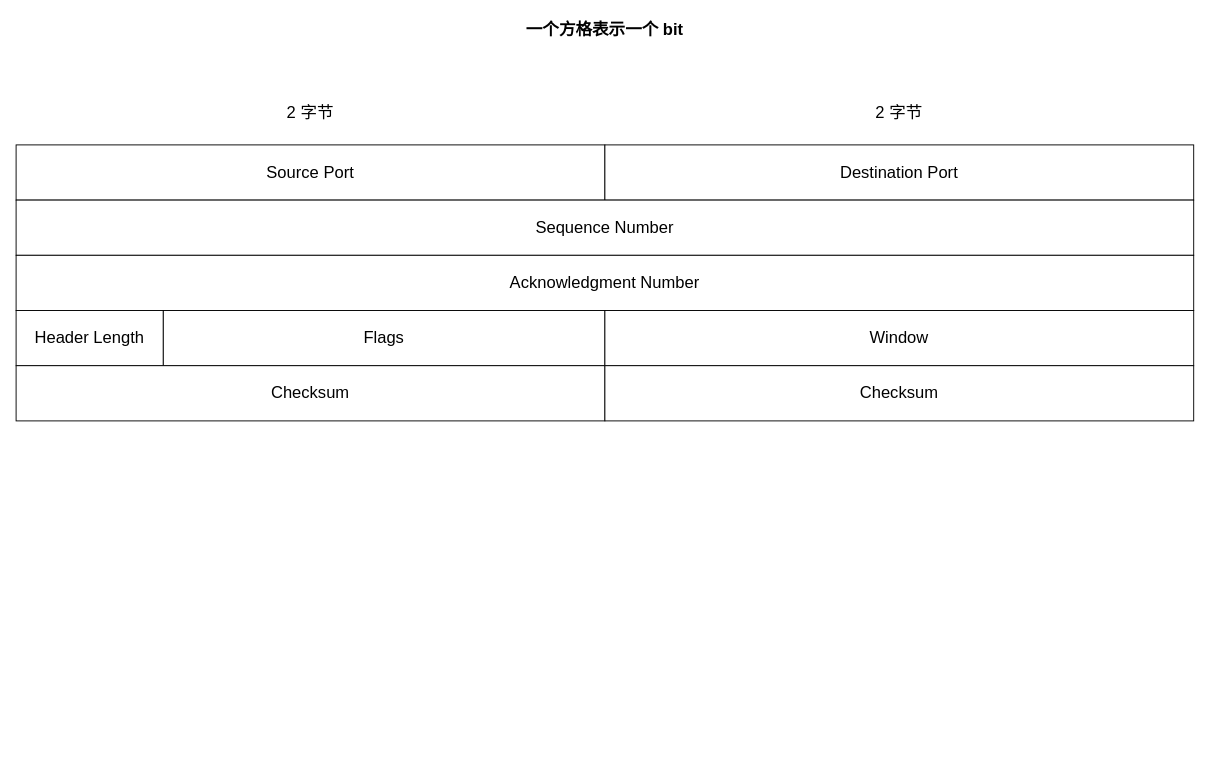
The draw.io diagram network/tcp.drawio in optor666/draw-io-files, before the edit. Source tidied: cells renumbered, new cells numbered last; positions are measured from the earlier drawing's top-left corner, leaving out a move shared by most shapes. Both pictures are drawn from the tidied source at 92%, with x=0, y=0 at pixel (16, 16).
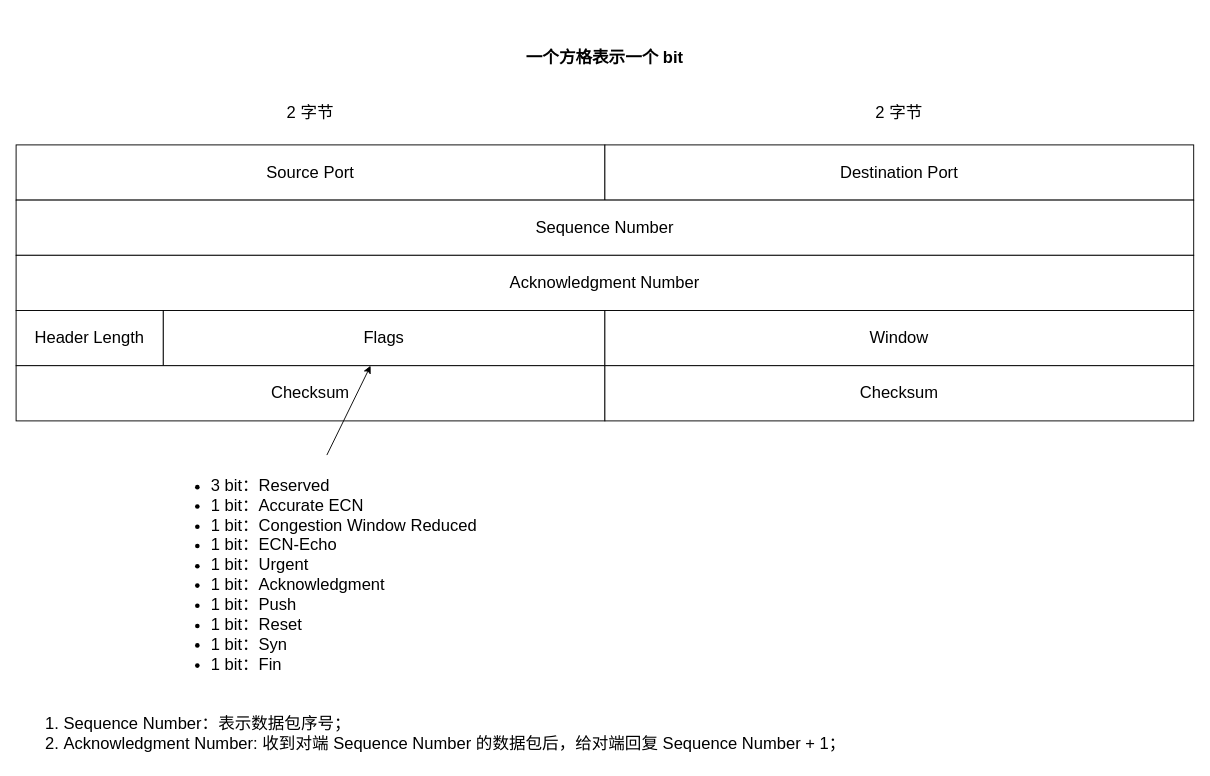
The same diagram, later.

Change to the diagram source:
```diff
@@
 <mxGraphModel>
   <root>
     <mxCell id="0" />
     <mxCell id="1" parent="0" />
     <mxCell id="2" value="&lt;font style=&quot;font-size: 18px;&quot;&gt;Source Port&lt;/font&gt;" style="rounded=0;whiteSpace=wrap;html=1;" parent="1" vertex="1">
       <mxGeometry y="140" width="640" height="60" as="geometry" />
     </mxCell>
     <mxCell id="3" value="&lt;font style=&quot;font-size: 18px;&quot;&gt;Destination Port&lt;/font&gt;" style="rounded=0;whiteSpace=wrap;html=1;" parent="1" vertex="1">
       <mxGeometry x="640" y="140" width="640" height="60" as="geometry" />
     </mxCell>
     <mxCell id="4" value="&lt;font style=&quot;font-size: 18px;&quot;&gt;2 字节&lt;/font&gt;" style="text;html=1;strokeColor=none;fillColor=none;align=center;verticalAlign=middle;whiteSpace=wrap;rounded=0;" parent="1" vertex="1">
       <mxGeometry x="290" y="90" width="60" height="30" as="geometry" />
     </mxCell>
     <mxCell id="5" value="&lt;font style=&quot;font-size: 18px;&quot;&gt;2 字节&lt;/font&gt;" style="text;html=1;strokeColor=none;fillColor=none;align=center;verticalAlign=middle;whiteSpace=wrap;rounded=0;" parent="1" vertex="1">
       <mxGeometry x="930" y="90" width="60" height="30" as="geometry" />
     </mxCell>
     <mxCell id="6" value="&lt;font style=&quot;font-size: 18px;&quot;&gt;Sequence Number&lt;/font&gt;" style="rounded=0;whiteSpace=wrap;html=1;" parent="1" vertex="1">
       <mxGeometry y="200" width="1280" height="60" as="geometry" />
     </mxCell>
     <mxCell id="7" value="&lt;font style=&quot;font-size: 18px;&quot;&gt;Acknowledgment Number&lt;/font&gt;" style="rounded=0;whiteSpace=wrap;html=1;" parent="1" vertex="1">
       <mxGeometry y="260" width="1280" height="60" as="geometry" />
     </mxCell>
     <mxCell id="8" value="&lt;font style=&quot;font-size: 18px;&quot;&gt;&lt;b&gt;一个方格表示一个 bit&lt;/b&gt;&lt;/font&gt;" style="text;html=1;strokeColor=none;fillColor=none;align=center;verticalAlign=middle;whiteSpace=wrap;rounded=0;" parent="1" vertex="1">
-      <mxGeometry x="500" width="280" height="30" as="geometry" />
+      <mxGeometry x="500" y="30" width="280" height="30" as="geometry" />
     </mxCell>
     <mxCell id="9" value="&lt;font style=&quot;font-size: 18px;&quot;&gt;Header Length&lt;/font&gt;" style="rounded=0;whiteSpace=wrap;html=1;" parent="1" vertex="1">
       <mxGeometry y="320" width="160" height="60" as="geometry" />
     </mxCell>
     <mxCell id="10" value="&lt;font style=&quot;font-size: 18px;&quot;&gt;Flags&lt;/font&gt;" style="rounded=0;whiteSpace=wrap;html=1;" parent="1" vertex="1">
       <mxGeometry x="160" y="320" width="480" height="60" as="geometry" />
     </mxCell>
     <mxCell id="11" value="&lt;font style=&quot;font-size: 18px;&quot;&gt;Window&lt;/font&gt;" style="rounded=0;whiteSpace=wrap;html=1;" parent="1" vertex="1">
       <mxGeometry x="640" y="320" width="640" height="60" as="geometry" />
     </mxCell>
     <mxCell id="12" value="&lt;font style=&quot;font-size: 18px;&quot;&gt;Checksum&lt;/font&gt;" style="rounded=0;whiteSpace=wrap;html=1;" parent="1" vertex="1">
       <mxGeometry y="380" width="640" height="60" as="geometry" />
     </mxCell>
     <mxCell id="13" value="&lt;font style=&quot;font-size: 18px;&quot;&gt;Checksum&lt;/font&gt;" style="rounded=0;whiteSpace=wrap;html=1;" parent="1" vertex="1">
       <mxGeometry x="640" y="380" width="640" height="60" as="geometry" />
     </mxCell>
+    <mxCell id="14" value="&lt;ul style=&quot;font-size: 18px;&quot;&gt;&lt;li style=&quot;font-size: 18px;&quot;&gt;3 bit：Reserved&lt;/li&gt;&lt;li style=&quot;font-size: 18px;&quot;&gt;1 bit：Accurate ECN&lt;/li&gt;&lt;li style=&quot;font-size: 18px;&quot;&gt;1 bit：Congestion Window Reduced&lt;/li&gt;&lt;li style=&quot;font-size: 18px;&quot;&gt;1 bit：ECN-Echo&lt;/li&gt;&lt;li style=&quot;font-size: 18px;&quot;&gt;1 bit：Urgent&lt;/li&gt;&lt;li style=&quot;font-size: 18px;&quot;&gt;1 bit：Acknowledgment&lt;/li&gt;&lt;li style=&quot;font-size: 18px;&quot;&gt;1 bit：Push&lt;/li&gt;&lt;li style=&quot;font-size: 18px;&quot;&gt;1 bit：Reset&lt;/li&gt;&lt;li style=&quot;font-size: 18px;&quot;&gt;1 bit：Syn&lt;/li&gt;&lt;li style=&quot;font-size: 18px;&quot;&gt;1 bit：Fin&lt;/li&gt;&lt;/ul&gt;" style="text;strokeColor=none;fillColor=none;html=1;whiteSpace=wrap;verticalAlign=middle;overflow=hidden;fontSize=18;" parent="1" vertex="1">
+      <mxGeometry x="170" y="480" width="510" height="240" as="geometry" />
+    </mxCell>
+    <mxCell id="15" style="endArrow=classic;html=1;rounded=0;exitX=0.329;exitY=-0.012;exitDx=0;exitDy=0;exitPerimeter=0;" parent="1" edge="1" source="14" target="10">
+      <mxGeometry relative="1" as="geometry" />
+    </mxCell>
+    <mxCell id="16" value="&lt;span style=&quot;font-size: 18px;&quot;&gt;1. Sequence Number：表示数据包序号；&lt;br&gt;2. Acknowledgment Number: 收到对端 Sequence Number 的数据包后，给对端回复 Sequence Number + 1；&lt;br&gt;&lt;/span&gt;" style="text;html=1;strokeColor=none;fillColor=none;align=left;verticalAlign=middle;whiteSpace=wrap;rounded=0;" parent="1" vertex="1">
+      <mxGeometry x="30" y="750" width="1250" height="60" as="geometry" />
+    </mxCell>
   </root>
 </mxGraphModel>
```
